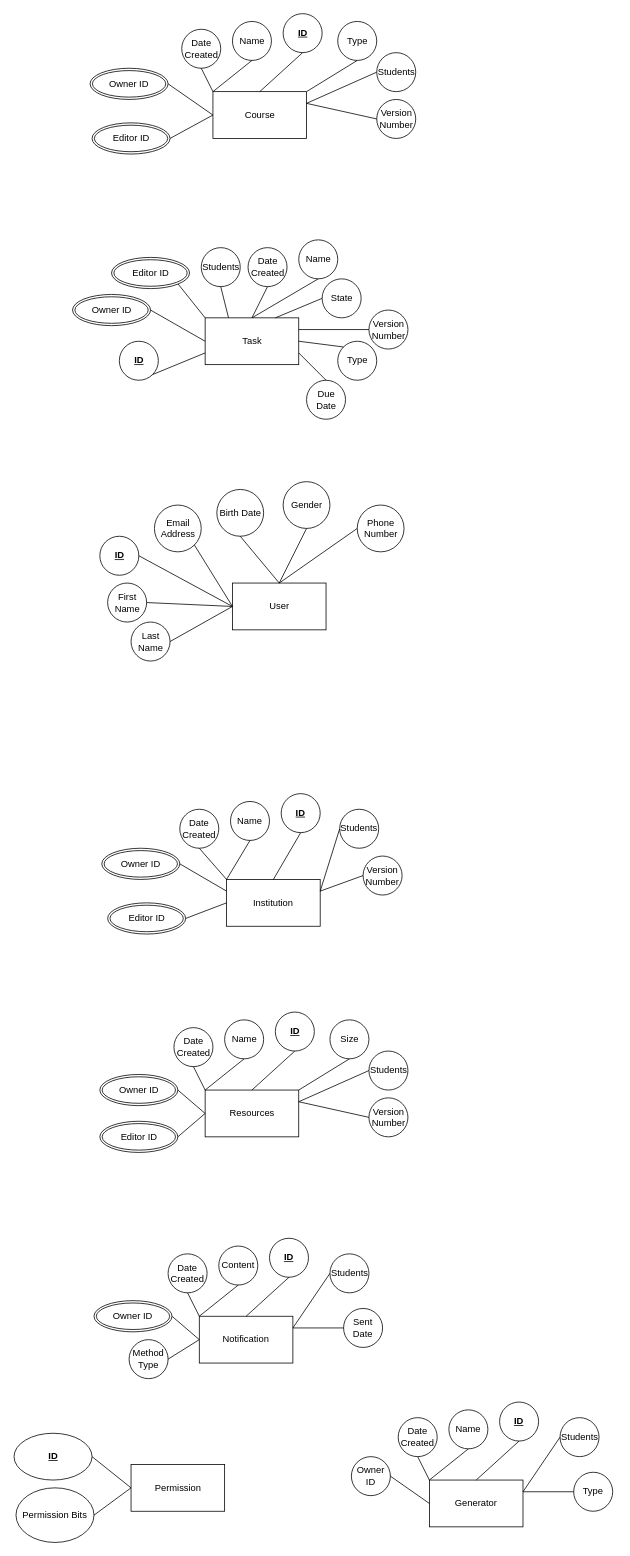
Above: diagrams/db/DatabaseER.drawio in Apollo-LW/Apollo-LW (draw.io), before the change. Source tidied: cells renumbered, new cells numbered last; positions are measured from the earlier drawing's top-left corner, leaving out a move shared by most shapes. Both pictures are drawn from the tidied source at 78%, with x=0, y=0 at pixel (14, 13).
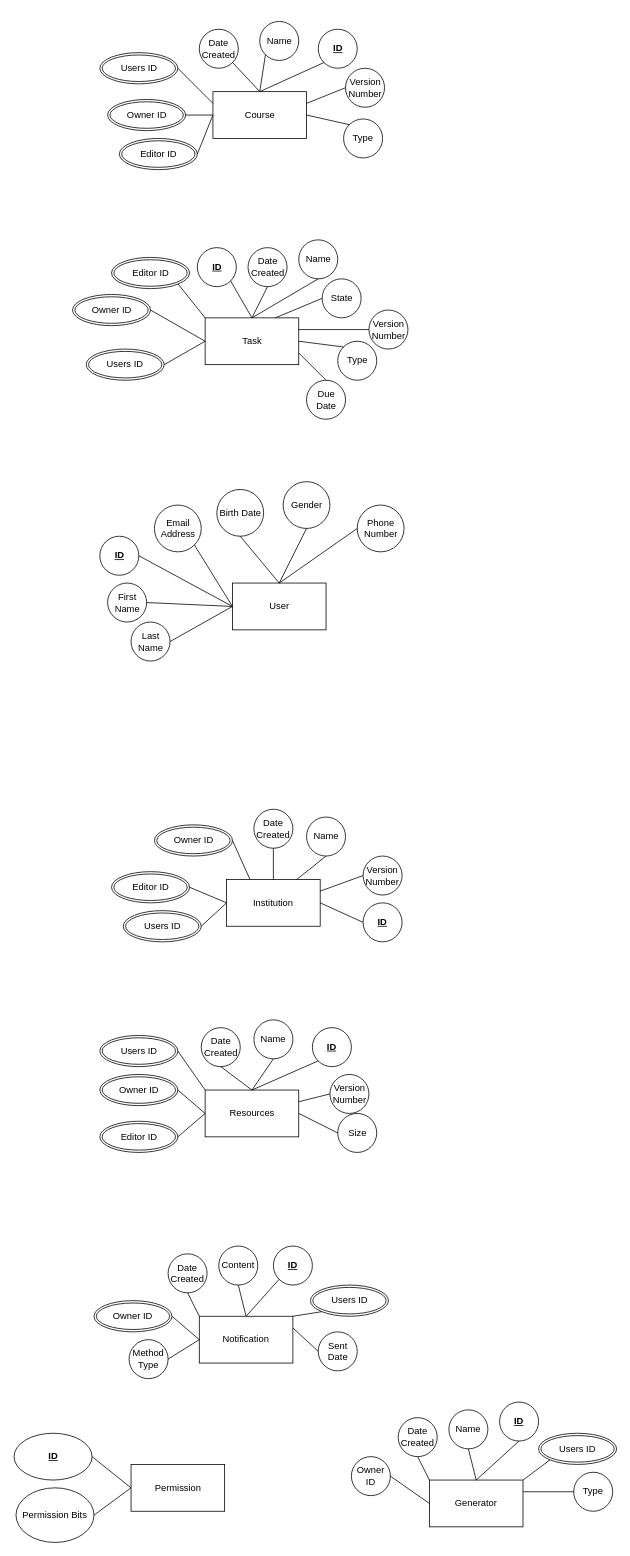
The same page after the edit.

Commit message:
Add User ID multiple value attribute

The change refers to these unchanged cells:
```xml
<mxCell id="3" value="Course" style="rounded=0;whiteSpace=wrap;html=1;" parent="1" vertex="1">
  <mxGeometry x="254.5" y="100" width="120" height="60" as="geometry" />
</mxCell>
<mxCell id="4" value="Task" style="rounded=0;whiteSpace=wrap;html=1;" parent="1" vertex="1">
  <mxGeometry x="244.5" y="390" width="120" height="60" as="geometry" />
</mxCell>
<mxCell id="48" value="Institution" style="rounded=0;whiteSpace=wrap;html=1;" parent="1" vertex="1">
  <mxGeometry x="272" y="1110" width="120" height="60" as="geometry" />
</mxCell>
<mxCell id="59" value="Resources" style="rounded=0;whiteSpace=wrap;html=1;" parent="1" vertex="1">
  <mxGeometry x="244.5" y="1380" width="120" height="60" as="geometry" />
</mxCell>
<mxCell id="72" value="Notification" style="rounded=0;whiteSpace=wrap;html=1;" parent="1" vertex="1">
  <mxGeometry x="237" y="1670" width="120" height="60" as="geometry" />
</mxCell>
<mxCell id="73" value="Content" style="ellipse;whiteSpace=wrap;html=1;" parent="1" vertex="1">
  <mxGeometry x="262" y="1580" width="50" height="50" as="geometry" />
</mxCell>
<mxCell id="90" value="Generator" style="rounded=0;whiteSpace=wrap;html=1;" parent="1" vertex="1">
  <mxGeometry x="532" y="1880" width="120" height="60" as="geometry" />
</mxCell>
<mxCell id="91" value="Name" style="ellipse;whiteSpace=wrap;html=1;" parent="1" vertex="1">
  <mxGeometry x="557" y="1790" width="50" height="50" as="geometry" />
</mxCell>
```

The edit, as a diff of the source:
```diff
@@
     <mxCell id="19" value="Name" style="ellipse;whiteSpace=wrap;html=1;" parent="1" vertex="1">
-      <mxGeometry x="279.5" y="10" width="50" height="50" as="geometry" />
+      <mxGeometry x="314.5" y="10" width="50" height="50" as="geometry" />
     </mxCell>
     <mxCell id="20" value="Date Created" style="ellipse;whiteSpace=wrap;html=1;" parent="1" vertex="1">
-      <mxGeometry x="214.5" y="20" width="50" height="50" as="geometry" />
+      <mxGeometry x="237" y="20" width="50" height="50" as="geometry" />
     </mxCell>
     <mxCell id="21" value="&lt;u&gt;&lt;b&gt;ID&lt;/b&gt;&lt;/u&gt;" style="ellipse;whiteSpace=wrap;html=1;" parent="1" vertex="1">
-      <mxGeometry x="344.5" width="50" height="50" as="geometry" />
+      <mxGeometry x="389.5" y="20" width="50" height="50" as="geometry" />
     </mxCell>
     <mxCell id="22" value="Version Number" style="ellipse;whiteSpace=wrap;html=1;" parent="1" vertex="1">
-      <mxGeometry x="464.5" y="110" width="50" height="50" as="geometry" />
+      <mxGeometry x="424.5" y="70" width="50" height="50" as="geometry" />
     </mxCell>
     <mxCell id="23" value="Type" style="ellipse;whiteSpace=wrap;html=1;" parent="1" vertex="1">
-      <mxGeometry x="414.5" y="10" width="50" height="50" as="geometry" />
+      <mxGeometry x="422" y="135" width="50" height="50" as="geometry" />
     </mxCell>
-    <mxCell id="24" value="Students" style="ellipse;whiteSpace=wrap;html=1;" parent="1" vertex="1">
-      <mxGeometry x="464.5" y="50" width="50" height="50" as="geometry" />
-    </mxCell>
@@
-    <mxCell id="26" style="endArrow=none;html=1;rounded=0;exitX=0.5;exitY=1;exitDx=0;exitDy=0;entryX=0;entryY=0;entryDx=0;entryDy=0;" parent="1" edge="1" source="20" target="3">
+    <mxCell id="26" style="endArrow=none;html=1;rounded=0;exitX=1;exitY=1;exitDx=0;exitDy=0;entryX=0.5;entryY=0;entryDx=0;entryDy=0;" parent="1" edge="1" source="20" target="3">
       <mxGeometry relative="1" as="geometry" />
     </mxCell>
-    <mxCell id="27" style="endArrow=none;html=1;rounded=0;exitX=0.5;exitY=1;exitDx=0;exitDy=0;entryX=0;entryY=0;entryDx=0;entryDy=0;" parent="1" edge="1" source="19" target="3">
+    <mxCell id="27" style="endArrow=none;html=1;rounded=0;exitX=0;exitY=1;exitDx=0;exitDy=0;entryX=0.5;entryY=0;entryDx=0;entryDy=0;" parent="1" edge="1" source="19" target="3">
       <mxGeometry relative="1" as="geometry" />
     </mxCell>
-    <mxCell id="28" style="endArrow=none;html=1;rounded=0;exitX=0.5;exitY=1;exitDx=0;exitDy=0;entryX=0.5;entryY=0;entryDx=0;entryDy=0;" parent="1" edge="1" source="21" target="3">
+    <mxCell id="28" style="endArrow=none;html=1;rounded=0;exitX=0;exitY=1;exitDx=0;exitDy=0;entryX=0.5;entryY=0;entryDx=0;entryDy=0;" parent="1" edge="1" source="21" target="3">
       <mxGeometry relative="1" as="geometry" />
     </mxCell>
-    <mxCell id="29" style="endArrow=none;html=1;rounded=0;exitX=0.5;exitY=1;exitDx=0;exitDy=0;entryX=1;entryY=0;entryDx=0;entryDy=0;" parent="1" edge="1" source="23" target="3">
+    <mxCell id="29" style="endArrow=none;html=1;rounded=0;exitX=0;exitY=0;exitDx=0;exitDy=0;entryX=1;entryY=0.5;entryDx=0;entryDy=0;" parent="1" edge="1" source="23" target="3">
       <mxGeometry relative="1" as="geometry" />
     </mxCell>
-    <mxCell id="30" style="endArrow=none;html=1;rounded=0;exitX=0;exitY=0.5;exitDx=0;exitDy=0;entryX=1;entryY=0.25;entryDx=0;entryDy=0;" parent="1" edge="1" source="24" target="3">
-      <mxGeometry relative="1" as="geometry" />
-    </mxCell>
@@
     <mxCell id="32" value="&lt;b&gt;&lt;u&gt;ID&lt;/u&gt;&lt;/b&gt;" style="ellipse;whiteSpace=wrap;html=1;" parent="1" vertex="1">
-      <mxGeometry x="134.5" y="420" width="50" height="50" as="geometry" />
+      <mxGeometry x="234.5" y="300" width="50" height="50" as="geometry" />
     </mxCell>
-    <mxCell id="33" style="endArrow=none;html=1;rounded=0;exitX=1;exitY=1;exitDx=0;exitDy=0;entryX=0;entryY=0.75;entryDx=0;entryDy=0;" parent="1" edge="1" source="32" target="4">
+    <mxCell id="33" style="endArrow=none;html=1;rounded=0;exitX=1;exitY=1;exitDx=0;exitDy=0;entryX=0.5;entryY=0;entryDx=0;entryDy=0;" parent="1" edge="1" source="32" target="4">
       <mxGeometry relative="1" as="geometry" />
     </mxCell>
-    <mxCell id="34" value="Students" style="ellipse;whiteSpace=wrap;html=1;" parent="1" vertex="1">
-      <mxGeometry x="239.5" y="300" width="50" height="50" as="geometry" />
-    </mxCell>
@@
-    <mxCell id="41" style="endArrow=none;html=1;rounded=0;exitX=0.5;exitY=1;exitDx=0;exitDy=0;entryX=0.25;entryY=0;entryDx=0;entryDy=0;" parent="1" edge="1" source="34" target="4">
-      <mxGeometry relative="1" as="geometry" />
-    </mxCell>
@@
     <mxCell id="49" value="Name" style="ellipse;whiteSpace=wrap;html=1;" parent="1" vertex="1">
-      <mxGeometry x="277" y="1010" width="50" height="50" as="geometry" />
+      <mxGeometry x="374.5" y="1030" width="50" height="50" as="geometry" />
     </mxCell>
     <mxCell id="50" value="Date Created" style="ellipse;whiteSpace=wrap;html=1;" parent="1" vertex="1">
-      <mxGeometry x="212" y="1020" width="50" height="50" as="geometry" />
+      <mxGeometry x="307" y="1020" width="50" height="50" as="geometry" />
     </mxCell>
     <mxCell id="51" value="&lt;u&gt;&lt;b&gt;ID&lt;/b&gt;&lt;/u&gt;" style="ellipse;whiteSpace=wrap;html=1;" parent="1" vertex="1">
-      <mxGeometry x="342" y="1000" width="50" height="50" as="geometry" />
+      <mxGeometry x="447" y="1140" width="50" height="50" as="geometry" />
     </mxCell>
@@
-    <mxCell id="53" value="Students" style="ellipse;whiteSpace=wrap;html=1;" parent="1" vertex="1">
-      <mxGeometry x="417" y="1020" width="50" height="50" as="geometry" />
-    </mxCell>
-    <mxCell id="54" style="endArrow=none;html=1;rounded=0;exitX=0.5;exitY=1;exitDx=0;exitDy=0;entryX=0;entryY=0;entryDx=0;entryDy=0;" parent="1" edge="1" source="50" target="48">
+    <mxCell id="54" style="endArrow=none;html=1;rounded=0;exitX=0.5;exitY=1;exitDx=0;exitDy=0;entryX=0.5;entryY=0;entryDx=0;entryDy=0;" parent="1" edge="1" source="50" target="48">
       <mxGeometry relative="1" as="geometry" />
     </mxCell>
-    <mxCell id="55" style="endArrow=none;html=1;rounded=0;exitX=0.5;exitY=1;exitDx=0;exitDy=0;entryX=0;entryY=0;entryDx=0;entryDy=0;" parent="1" edge="1" source="49" target="48">
+    <mxCell id="55" style="endArrow=none;html=1;rounded=0;exitX=0.5;exitY=1;exitDx=0;exitDy=0;entryX=0.75;entryY=0;entryDx=0;entryDy=0;" parent="1" edge="1" source="49" target="48">
       <mxGeometry relative="1" as="geometry" />
     </mxCell>
-    <mxCell id="56" style="endArrow=none;html=1;rounded=0;exitX=0.5;exitY=1;exitDx=0;exitDy=0;entryX=0.5;entryY=0;entryDx=0;entryDy=0;" parent="1" edge="1" source="51" target="48">
+    <mxCell id="56" style="endArrow=none;html=1;rounded=0;exitX=0;exitY=0.5;exitDx=0;exitDy=0;entryX=1;entryY=0.5;entryDx=0;entryDy=0;" parent="1" edge="1" source="51" target="48">
       <mxGeometry relative="1" as="geometry" />
     </mxCell>
-    <mxCell id="57" style="endArrow=none;html=1;rounded=0;exitX=0;exitY=0.5;exitDx=0;exitDy=0;entryX=1;entryY=0.25;entryDx=0;entryDy=0;" parent="1" edge="1" source="53" target="48">
-      <mxGeometry relative="1" as="geometry" />
-    </mxCell>
@@
     <mxCell id="60" value="Name" style="ellipse;whiteSpace=wrap;html=1;" parent="1" vertex="1">
-      <mxGeometry x="269.5" y="1290" width="50" height="50" as="geometry" />
+      <mxGeometry x="307" y="1290" width="50" height="50" as="geometry" />
     </mxCell>
     <mxCell id="61" value="Date Created" style="ellipse;whiteSpace=wrap;html=1;" parent="1" vertex="1">
-      <mxGeometry x="204.5" y="1300" width="50" height="50" as="geometry" />
+      <mxGeometry x="239.5" y="1300" width="50" height="50" as="geometry" />
     </mxCell>
     <mxCell id="62" value="&lt;b&gt;&lt;u&gt;ID&lt;/u&gt;&lt;/b&gt;" style="ellipse;whiteSpace=wrap;html=1;" parent="1" vertex="1">
-      <mxGeometry x="334.5" y="1280" width="50" height="50" as="geometry" />
+      <mxGeometry x="382" y="1300" width="50" height="50" as="geometry" />
     </mxCell>
     <mxCell id="63" value="Version Number" style="ellipse;whiteSpace=wrap;html=1;" parent="1" vertex="1">
-      <mxGeometry x="454.5" y="1390" width="50" height="50" as="geometry" />
+      <mxGeometry x="404.5" y="1360" width="50" height="50" as="geometry" />
     </mxCell>
     <mxCell id="64" value="Size" style="ellipse;whiteSpace=wrap;html=1;" parent="1" vertex="1">
-      <mxGeometry x="404.5" y="1290" width="50" height="50" as="geometry" />
+      <mxGeometry x="414.5" y="1410" width="50" height="50" as="geometry" />
     </mxCell>
-    <mxCell id="65" value="Students" style="ellipse;whiteSpace=wrap;html=1;" parent="1" vertex="1">
-      <mxGeometry x="454.5" y="1330" width="50" height="50" as="geometry" />
-    </mxCell>
-    <mxCell id="66" style="endArrow=none;html=1;rounded=0;exitX=0.5;exitY=1;exitDx=0;exitDy=0;entryX=0;entryY=0;entryDx=0;entryDy=0;" parent="1" edge="1" source="61" target="59">
+    <mxCell id="66" style="endArrow=none;html=1;rounded=0;exitX=0.5;exitY=1;exitDx=0;exitDy=0;entryX=0.5;entryY=0;entryDx=0;entryDy=0;" parent="1" edge="1" source="61" target="59">
       <mxGeometry relative="1" as="geometry" />
     </mxCell>
-    <mxCell id="67" style="endArrow=none;html=1;rounded=0;exitX=0.5;exitY=1;exitDx=0;exitDy=0;entryX=0;entryY=0;entryDx=0;entryDy=0;" parent="1" edge="1" source="60" target="59">
+    <mxCell id="67" style="endArrow=none;html=1;rounded=0;exitX=0.5;exitY=1;exitDx=0;exitDy=0;entryX=0.5;entryY=0;entryDx=0;entryDy=0;" parent="1" edge="1" source="60" target="59">
       <mxGeometry relative="1" as="geometry" />
     </mxCell>
-    <mxCell id="68" style="endArrow=none;html=1;rounded=0;exitX=0.5;exitY=1;exitDx=0;exitDy=0;entryX=0.5;entryY=0;entryDx=0;entryDy=0;" parent="1" edge="1" source="62" target="59">
+    <mxCell id="68" style="endArrow=none;html=1;rounded=0;exitX=0;exitY=1;exitDx=0;exitDy=0;entryX=0.5;entryY=0;entryDx=0;entryDy=0;" parent="1" edge="1" source="62" target="59">
       <mxGeometry relative="1" as="geometry" />
     </mxCell>
-    <mxCell id="69" style="endArrow=none;html=1;rounded=0;exitX=0.5;exitY=1;exitDx=0;exitDy=0;entryX=1;entryY=0;entryDx=0;entryDy=0;" parent="1" edge="1" source="64" target="59">
+    <mxCell id="69" style="endArrow=none;html=1;rounded=0;exitX=0;exitY=0.5;exitDx=0;exitDy=0;entryX=1;entryY=0.5;entryDx=0;entryDy=0;" parent="1" edge="1" source="64" target="59">
       <mxGeometry relative="1" as="geometry" />
     </mxCell>
-    <mxCell id="70" style="endArrow=none;html=1;rounded=0;exitX=0;exitY=0.5;exitDx=0;exitDy=0;entryX=1;entryY=0.25;entryDx=0;entryDy=0;" parent="1" edge="1" source="65" target="59">
-      <mxGeometry relative="1" as="geometry" />
-    </mxCell>
@@
     <mxCell id="75" value="&lt;b&gt;&lt;u&gt;ID&lt;/u&gt;&lt;/b&gt;" style="ellipse;whiteSpace=wrap;html=1;" parent="1" vertex="1">
-      <mxGeometry x="327" y="1570" width="50" height="50" as="geometry" />
+      <mxGeometry x="332" y="1580" width="50" height="50" as="geometry" />
     </mxCell>
     <mxCell id="76" value="Sent Date" style="ellipse;whiteSpace=wrap;html=1;" parent="1" vertex="1">
-      <mxGeometry x="422" y="1660" width="50" height="50" as="geometry" />
+      <mxGeometry x="389.5" y="1690" width="50" height="50" as="geometry" />
     </mxCell>
@@
-    <mxCell id="78" value="Students" style="ellipse;whiteSpace=wrap;html=1;" parent="1" vertex="1">
-      <mxGeometry x="404.5" y="1590" width="50" height="50" as="geometry" />
-    </mxCell>
@@
-    <mxCell id="80" style="endArrow=none;html=1;rounded=0;exitX=0.5;exitY=1;exitDx=0;exitDy=0;entryX=0;entryY=0;entryDx=0;entryDy=0;" parent="1" edge="1" source="73" target="72">
+    <mxCell id="80" style="endArrow=none;html=1;rounded=0;exitX=0.5;exitY=1;exitDx=0;exitDy=0;entryX=0.5;entryY=0;entryDx=0;entryDy=0;" parent="1" edge="1" source="73" target="72">
       <mxGeometry relative="1" as="geometry" />
     </mxCell>
-    <mxCell id="81" style="endArrow=none;html=1;rounded=0;exitX=0.5;exitY=1;exitDx=0;exitDy=0;entryX=0.5;entryY=0;entryDx=0;entryDy=0;" parent="1" edge="1" source="75" target="72">
+    <mxCell id="81" style="endArrow=none;html=1;rounded=0;exitX=0;exitY=1;exitDx=0;exitDy=0;entryX=0.5;entryY=0;entryDx=0;entryDy=0;" parent="1" edge="1" source="75" target="72">
       <mxGeometry relative="1" as="geometry" />
     </mxCell>
-    <mxCell id="82" style="endArrow=none;html=1;rounded=0;exitX=0;exitY=0.5;exitDx=0;exitDy=0;entryX=1;entryY=0.25;entryDx=0;entryDy=0;" parent="1" edge="1" source="78" target="72">
-      <mxGeometry relative="1" as="geometry" />
-    </mxCell>
@@
-    <mxCell id="96" value="Students" style="ellipse;whiteSpace=wrap;html=1;" parent="1" vertex="1">
-      <mxGeometry x="699.5" y="1800" width="50" height="50" as="geometry" />
-    </mxCell>
@@
-    <mxCell id="99" style="endArrow=none;html=1;rounded=0;exitX=0.5;exitY=1;exitDx=0;exitDy=0;entryX=0;entryY=0;entryDx=0;entryDy=0;" parent="1" edge="1" source="91" target="90">
+    <mxCell id="99" style="endArrow=none;html=1;rounded=0;exitX=0.5;exitY=1;exitDx=0;exitDy=0;entryX=0.5;entryY=0;entryDx=0;entryDy=0;" parent="1" edge="1" source="91" target="90">
       <mxGeometry relative="1" as="geometry" />
     </mxCell>
@@
-    <mxCell id="101" style="endArrow=none;html=1;rounded=0;exitX=0;exitY=0.5;exitDx=0;exitDy=0;entryX=1;entryY=0.25;entryDx=0;entryDy=0;" parent="1" edge="1" source="96" target="90">
-      <mxGeometry relative="1" as="geometry" />
-    </mxCell>
@@
     <mxCell id="103" value="Owner ID" style="ellipse;shape=doubleEllipse;margin=3;whiteSpace=wrap;html=1;align=center;" parent="1" vertex="1">
-      <mxGeometry x="97" y="70" width="100" height="40" as="geometry" />
+      <mxGeometry x="119.5" y="110" width="100" height="40" as="geometry" />
     </mxCell>
@@
     <mxCell id="106" value="Owner ID" style="ellipse;shape=doubleEllipse;margin=3;whiteSpace=wrap;html=1;align=center;" parent="1" vertex="1">
-      <mxGeometry x="112" y="1070" width="100" height="40" as="geometry" />
+      <mxGeometry x="179.5" y="1040" width="100" height="40" as="geometry" />
     </mxCell>
-    <mxCell id="107" style="endArrow=none;html=1;rounded=0;exitX=1;exitY=0.5;exitDx=0;exitDy=0;entryX=0;entryY=0.25;entryDx=0;entryDy=0;" parent="1" edge="1" source="106" target="48">
+    <mxCell id="107" style="endArrow=none;html=1;rounded=0;exitX=1;exitY=0.5;exitDx=0;exitDy=0;entryX=0.25;entryY=0;entryDx=0;entryDy=0;" parent="1" edge="1" source="106" target="48">
       <mxGeometry relative="1" as="geometry" />
     </mxCell>
@@
     <mxCell id="112" value="Editor ID" style="ellipse;shape=doubleEllipse;margin=3;whiteSpace=wrap;html=1;align=center;" parent="1" vertex="1">
-      <mxGeometry x="99.5" y="140" width="100" height="40" as="geometry" />
+      <mxGeometry x="134.5" y="160" width="100" height="40" as="geometry" />
     </mxCell>
@@
     <mxCell id="116" value="Editor ID" style="ellipse;shape=doubleEllipse;margin=3;whiteSpace=wrap;html=1;align=center;" parent="1" vertex="1">
-      <mxGeometry x="119.5" y="1140" width="100" height="40" as="geometry" />
+      <mxGeometry x="124.5" y="1100" width="100" height="40" as="geometry" />
     </mxCell>
@@
+    <mxCell id="120" value="Users ID" style="ellipse;shape=doubleEllipse;margin=3;whiteSpace=wrap;html=1;align=center;" parent="1" vertex="1">
+      <mxGeometry x="109.5" y="50" width="100" height="40" as="geometry" />
+    </mxCell>
+    <mxCell id="121" style="endArrow=none;html=1;rounded=0;exitX=1;exitY=0.5;exitDx=0;exitDy=0;entryX=0;entryY=0.25;entryDx=0;entryDy=0;" parent="1" edge="1" source="120" target="3">
+      <mxGeometry relative="1" as="geometry" />
+    </mxCell>
+    <mxCell id="122" value="Users ID" style="ellipse;shape=doubleEllipse;margin=3;whiteSpace=wrap;html=1;align=center;" parent="1" vertex="1">
+      <mxGeometry x="92" y="430" width="100" height="40" as="geometry" />
+    </mxCell>
+    <mxCell id="123" style="endArrow=none;html=1;rounded=0;exitX=1;exitY=0.5;exitDx=0;exitDy=0;entryX=0;entryY=0.5;entryDx=0;entryDy=0;" parent="1" edge="1" source="122" target="4">
+      <mxGeometry relative="1" as="geometry" />
+    </mxCell>
+    <mxCell id="124" value="Users ID" style="ellipse;shape=doubleEllipse;margin=3;whiteSpace=wrap;html=1;align=center;" parent="1" vertex="1">
+      <mxGeometry x="139.5" y="1150" width="100" height="40" as="geometry" />
+    </mxCell>
+    <mxCell id="125" style="endArrow=none;html=1;rounded=0;exitX=1;exitY=0.5;exitDx=0;exitDy=0;entryX=0;entryY=0.5;entryDx=0;entryDy=0;" parent="1" edge="1" source="124" target="48">
+      <mxGeometry relative="1" as="geometry" />
+    </mxCell>
+    <mxCell id="126" value="Users ID" style="ellipse;shape=doubleEllipse;margin=3;whiteSpace=wrap;html=1;align=center;" parent="1" vertex="1">
+      <mxGeometry x="109.5" y="1310" width="100" height="40" as="geometry" />
+    </mxCell>
+    <mxCell id="127" style="endArrow=none;html=1;rounded=0;exitX=1;exitY=0.5;exitDx=0;exitDy=0;entryX=0;entryY=0;entryDx=0;entryDy=0;" parent="1" edge="1" source="126" target="59">
+      <mxGeometry relative="1" as="geometry" />
+    </mxCell>
+    <mxCell id="128" value="Users ID" style="ellipse;shape=doubleEllipse;margin=3;whiteSpace=wrap;html=1;align=center;" parent="1" vertex="1">
+      <mxGeometry x="379.5" y="1630" width="100" height="40" as="geometry" />
+    </mxCell>
+    <mxCell id="129" style="endArrow=none;html=1;rounded=0;exitX=0;exitY=1;exitDx=0;exitDy=0;entryX=1;entryY=0;entryDx=0;entryDy=0;" parent="1" edge="1" source="128" target="72">
+      <mxGeometry relative="1" as="geometry" />
+    </mxCell>
+    <mxCell id="130" value="Users ID" style="ellipse;shape=doubleEllipse;margin=3;whiteSpace=wrap;html=1;align=center;" parent="1" vertex="1">
+      <mxGeometry x="672" y="1820" width="100" height="40" as="geometry" />
+    </mxCell>
+    <mxCell id="131" style="endArrow=none;html=1;rounded=0;exitX=0;exitY=1;exitDx=0;exitDy=0;entryX=1;entryY=0;entryDx=0;entryDy=0;" parent="1" edge="1" source="130" target="90">
+      <mxGeometry relative="1" as="geometry" />
+    </mxCell>
```
